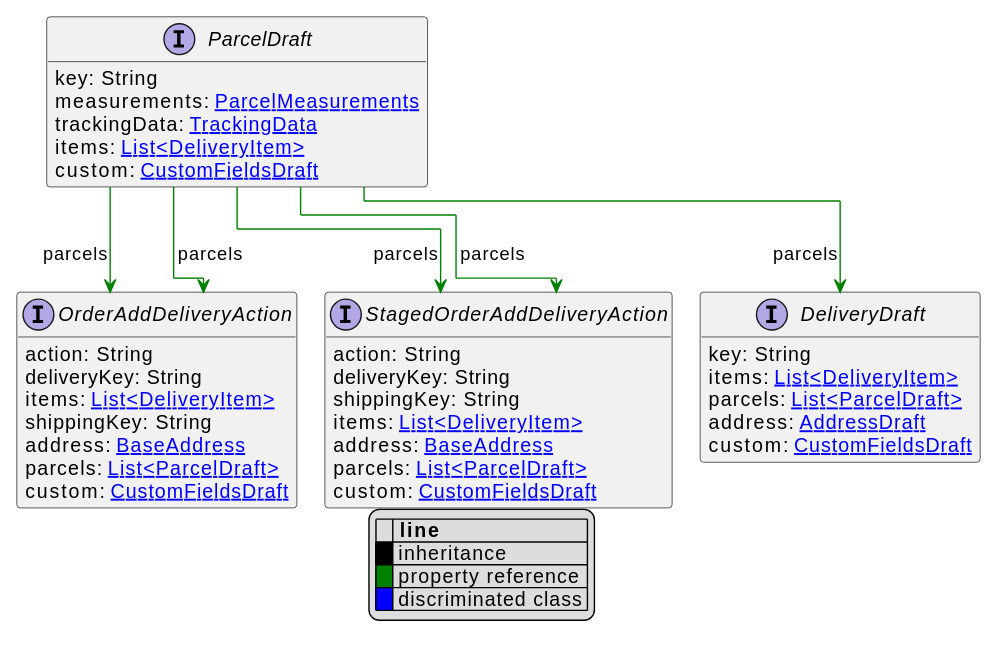
commercetools/commercetools-api-reference keeps this PlantUML diagram as uml/api/svg/ParcelDraft.svg. Above is the earlier version.
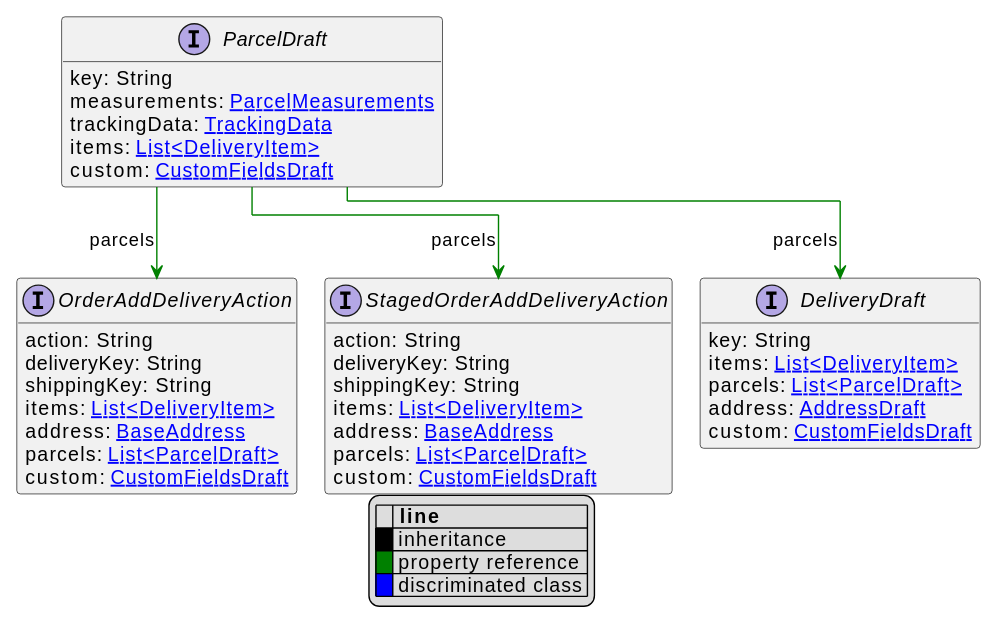
After the change.

Diff of the diagram source:
```diff
@@ -37,16 +37,14 @@
 interface OrderAddDeliveryAction [[OrderAddDeliveryAction.svg]]  {
     action: String
     deliveryKey: String
+    shippingKey: String
     items: [[DeliveryItem.svg List<DeliveryItem>]]
-    shippingKey: String
     address: [[BaseAddress.svg BaseAddress]]
     parcels: [[ParcelDraft.svg List<ParcelDraft>]]
     custom: [[CustomFieldsDraft.svg CustomFieldsDraft]]
 }
 
 ParcelDraft --> StagedOrderAddDeliveryAction #green;text:green : "parcels"
-ParcelDraft --> StagedOrderAddDeliveryAction #green;text:green : "parcels"
 ParcelDraft --> DeliveryDraft #green;text:green : "parcels"
 ParcelDraft --> OrderAddDeliveryAction #green;text:green : "parcels"
-ParcelDraft --> OrderAddDeliveryAction #green;text:green : "parcels"
 @enduml
```
